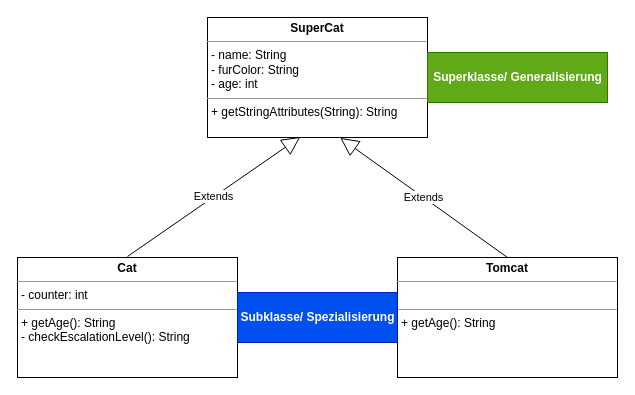
This is page "SuperCat" (4 of 6) of cat.drawio from LordDudee/03a_Inheritance, a draw.io file, before an edit. Source tidied: cells renumbered, new cells numbered last; positions are measured from the earlier drawing's top-left corner, leaving out a move shared by most shapes. Both pictures are drawn from the tidied source at 100%, with x=0, y=0 at pixel (17, 17).
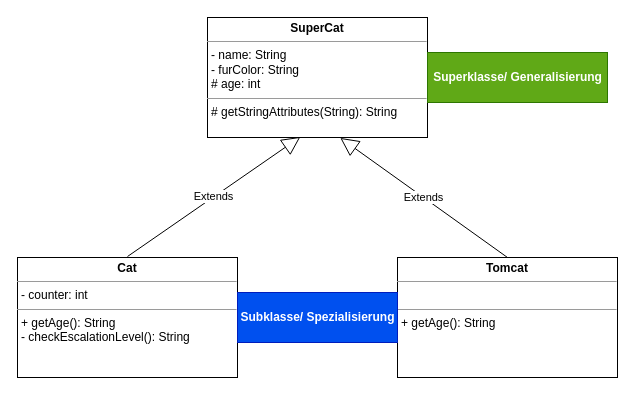
Above is the later version.

Commit message (it also covers changes not shown here):
Cat/ Tomcat/ SuperCat & Inheritance

Change to the diagram source:
```diff
@@
 <mxGraphModel>
   <root>
     <mxCell id="0" />
     <mxCell id="1" parent="0" />
-    <mxCell id="2" value="&lt;p style=&quot;margin: 0px ; margin-top: 4px ; text-align: center&quot;&gt;&lt;b&gt;SuperCat&lt;/b&gt;&lt;/p&gt;&lt;hr size=&quot;1&quot;&gt;&lt;p style=&quot;margin: 0px ; margin-left: 4px&quot;&gt;- name: String&lt;/p&gt;&lt;p style=&quot;margin: 0px ; margin-left: 4px&quot;&gt;- furColor: String&lt;br&gt;&lt;/p&gt;&lt;p style=&quot;margin: 0px ; margin-left: 4px&quot;&gt;- age: int&lt;/p&gt;&lt;hr size=&quot;1&quot;&gt;&lt;p style=&quot;margin: 0px ; margin-left: 4px&quot;&gt;&lt;span&gt;+ getStringAttributes(String): String&lt;/span&gt;&lt;/p&gt;" style="verticalAlign=top;align=left;overflow=fill;fontSize=12;fontFamily=Helvetica;html=1;" parent="1" vertex="1">
+    <mxCell id="2" value="&lt;p style=&quot;margin: 0px ; margin-top: 4px ; text-align: center&quot;&gt;&lt;b&gt;SuperCat&lt;/b&gt;&lt;/p&gt;&lt;hr size=&quot;1&quot;&gt;&lt;p style=&quot;margin: 0px ; margin-left: 4px&quot;&gt;- name: String&lt;/p&gt;&lt;p style=&quot;margin: 0px ; margin-left: 4px&quot;&gt;- furColor: String&lt;br&gt;&lt;/p&gt;&lt;p style=&quot;margin: 0px ; margin-left: 4px&quot;&gt;# age: int&lt;/p&gt;&lt;hr size=&quot;1&quot;&gt;&lt;p style=&quot;margin: 0px ; margin-left: 4px&quot;&gt;&lt;span&gt;# getStringAttributes(String): String&lt;/span&gt;&lt;/p&gt;" style="verticalAlign=top;align=left;overflow=fill;fontSize=12;fontFamily=Helvetica;html=1;" parent="1" vertex="1">
       <mxGeometry x="190" width="220" height="120" as="geometry" />
     </mxCell>
     <mxCell id="3" style="edgeStyle=orthogonalEdgeStyle;rounded=0;orthogonalLoop=1;jettySize=auto;html=1;exitX=0.5;exitY=1;exitDx=0;exitDy=0;" parent="1" edge="1" source="2" target="2">
       <mxGeometry relative="1" as="geometry" />
     </mxCell>
     <mxCell id="4" value="&lt;p style=&quot;margin: 0px ; margin-top: 4px ; text-align: center&quot;&gt;&lt;b&gt;Tomcat&lt;/b&gt;&lt;/p&gt;&lt;hr size=&quot;1&quot;&gt;&lt;p style=&quot;margin: 0px ; margin-left: 4px&quot;&gt;&lt;br&gt;&lt;/p&gt;&lt;hr size=&quot;1&quot;&gt;&lt;p style=&quot;margin: 0px ; margin-left: 4px&quot;&gt;&lt;span&gt;+ getAge(): String&lt;/span&gt;&lt;br&gt;&lt;/p&gt;&lt;p style=&quot;margin: 0px ; margin-left: 4px&quot;&gt;&lt;br&gt;&lt;/p&gt;" style="verticalAlign=top;align=left;overflow=fill;fontSize=12;fontFamily=Helvetica;html=1;" parent="1" vertex="1">
       <mxGeometry x="380" y="240" width="220" height="120" as="geometry" />
     </mxCell>
     <mxCell id="5" value="&lt;p style=&quot;margin: 0px ; margin-top: 4px ; text-align: center&quot;&gt;&lt;b&gt;Cat&lt;/b&gt;&lt;/p&gt;&lt;hr size=&quot;1&quot;&gt;&lt;p style=&quot;margin: 0px ; margin-left: 4px&quot;&gt;&lt;span&gt;- counter: int&lt;/span&gt;&lt;br&gt;&lt;/p&gt;&lt;hr size=&quot;1&quot;&gt;&lt;p style=&quot;margin: 0px ; margin-left: 4px&quot;&gt;&lt;span&gt;+ getAge(): String&lt;/span&gt;&lt;/p&gt;&lt;p style=&quot;margin: 0px ; margin-left: 4px&quot;&gt;- checkEscalationLevel(): String&lt;br&gt;&lt;/p&gt;" style="verticalAlign=top;align=left;overflow=fill;fontSize=12;fontFamily=Helvetica;html=1;" parent="1" vertex="1">
       <mxGeometry y="240" width="220" height="120" as="geometry" />
     </mxCell>
     <mxCell id="6" value="Extends" style="endArrow=block;endSize=16;endFill=0;html=1;entryX=0.422;entryY=0.995;entryDx=0;entryDy=0;entryPerimeter=0;" parent="1" edge="1" target="2">
       <mxGeometry relative="1" as="geometry">
         <mxPoint x="110" y="239" as="sourcePoint" />
       </mxGeometry>
     </mxCell>
     <mxCell id="7" value="Extends" style="endArrow=block;endSize=16;endFill=0;html=1;entryX=0.422;entryY=0.995;entryDx=0;entryDy=0;entryPerimeter=0;exitX=0.5;exitY=0;exitDx=0;exitDy=0;" parent="1" edge="1" source="4">
       <mxGeometry relative="1" as="geometry">
         <mxPoint x="322.8" y="120.4" as="targetPoint" />
       </mxGeometry>
     </mxCell>
     <mxCell id="8" value="&lt;b&gt;Superklasse/ Generalisierung&lt;/b&gt;" style="html=1;fillColor=#60a917;strokeColor=#2D7600;fontColor=#ffffff;" parent="1" vertex="1">
       <mxGeometry x="410" y="35" width="180" height="50" as="geometry" />
     </mxCell>
     <mxCell id="9" value="&lt;b&gt;Subklasse/ Spezialisierung&lt;/b&gt;" style="html=1;fillColor=#0050ef;strokeColor=#001DBC;fontColor=#ffffff;" parent="1" vertex="1">
       <mxGeometry x="220" y="275" width="160" height="50" as="geometry" />
     </mxCell>
   </root>
 </mxGraphModel>
```
